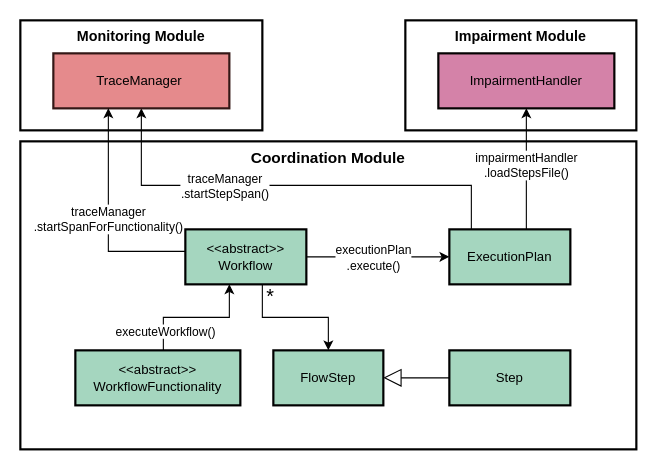
socialsoftware/microservices-simulator keeps this draw.io diagram as data/figs/architecture/layers/layers_coordination.drawio. Above is the earlier version. Source tidied: cells renumbered, new cells numbered last; positions are measured from the earlier drawing's top-left corner, leaving out a move shared by most shapes. Both pictures are drawn from the tidied source at 110%, with x=0, y=0 at pixel (20, 20).
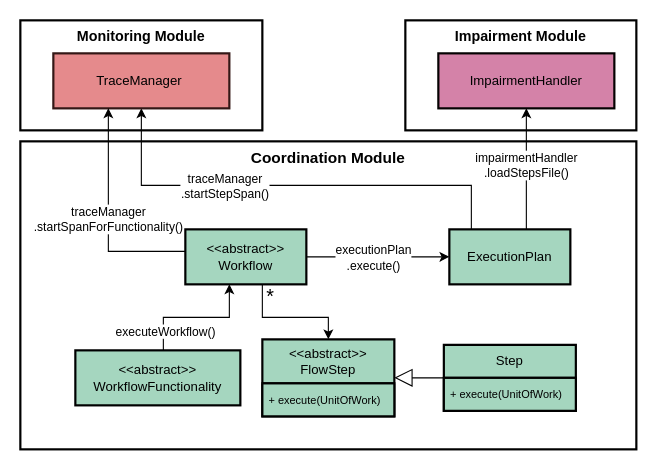
The same diagram, later.

Unchanged cells that the change refers to:
```xml
<mxCell id="8" value="&lt;&lt;abstract&gt;&gt;&#10;Workflow" style="whiteSpace=wrap;strokeWidth=2;fillColor=#A5D6BF;strokeColor=#000000;" parent="1" vertex="1">
  <mxGeometry x="150" y="190" width="110" height="50" as="geometry" />
</mxCell>
```

Diff of the diagram source:
```diff
@@
-    <mxCell id="4" value="FlowStep" style="whiteSpace=wrap;strokeWidth=2;fillColor=#A5D6BF;strokeColor=#000000;" parent="1" vertex="1">
-      <mxGeometry x="230" y="300" width="100" height="50" as="geometry" />
-    </mxCell>
@@
-    <mxCell id="11" style="startArrow=none;endArrow=classic;entryX=0.5;entryY=0;rounded=0;edgeStyle=orthogonalEdgeStyle;endFill=1;" parent="1" edge="1" source="8" target="4">
+    <mxCell id="11" style="startArrow=none;endArrow=classic;rounded=0;edgeStyle=orthogonalEdgeStyle;endFill=1;" parent="1" edge="1" source="8" target="26">
       <mxGeometry relative="1" as="geometry">
         <Array as="points">
           <mxPoint x="220" y="270" />
           <mxPoint x="280" y="270" />
         </Array>
       </mxGeometry>
     </mxCell>
@@
-    <mxCell id="21" value="Step" style="whiteSpace=wrap;strokeWidth=2;fillColor=#A5D6BF;strokeColor=#000000;" parent="1" vertex="1">
-      <mxGeometry x="390" y="300" width="110" height="50" as="geometry" />
-    </mxCell>
-    <mxCell id="22" style="edgeStyle=orthogonalEdgeStyle;rounded=0;jettySize=auto;html=1;endArrow=block;endFill=0;endSize=14;strokeWidth=1;" parent="1" edge="1" source="21" target="4">
+    <mxCell id="22" style="edgeStyle=orthogonalEdgeStyle;rounded=0;jettySize=auto;html=1;endArrow=block;endFill=0;endSize=14;strokeWidth=1;" parent="1" edge="1" source="21" target="26">
       <mxGeometry relative="1" as="geometry" />
     </mxCell>
@@
+    <mxCell id="21" value="Step" style="swimlane;fontStyle=0;horizontal=1;startSize=30;whiteSpace=wrap;html=1;strokeWidth=2;fillColor=#A5D6BF;" parent="1" vertex="1">
+      <mxGeometry x="385" y="295" width="120" height="60" as="geometry" />
+    </mxCell>
+    <mxCell id="25" value="&lt;font style=&quot;font-size: 10px;&quot;&gt;+&amp;nbsp;execute(UnitOfWork)&lt;/font&gt;" style="text;strokeColor=default;fillColor=#A5D6BF;align=left;verticalAlign=middle;spacingLeft=4;spacingRight=4;overflow=hidden;whiteSpace=wrap;html=1;strokeWidth=2;" parent="21" vertex="1">
+      <mxGeometry y="30" width="120" height="30" as="geometry" />
+    </mxCell>
+    <mxCell id="26" value="&amp;lt;&amp;lt;abstract&amp;gt;&amp;gt;&lt;div&gt;FlowStep&lt;/div&gt;" style="swimlane;fontStyle=0;horizontal=1;startSize=40;whiteSpace=wrap;html=1;strokeWidth=2;fillColor=#A5D6BF;" parent="1" vertex="1">
+      <mxGeometry x="220" y="290" width="120" height="70" as="geometry" />
+    </mxCell>
+    <mxCell id="27" value="&lt;font style=&quot;font-size: 10px;&quot;&gt;+&amp;nbsp;execute(UnitOfWork)&lt;/font&gt;" style="text;strokeColor=default;fillColor=#A5D6BF;align=left;verticalAlign=middle;spacingLeft=4;spacingRight=4;overflow=hidden;whiteSpace=wrap;html=1;strokeWidth=2;" parent="26" vertex="1">
+      <mxGeometry y="40" width="120" height="30" as="geometry" />
+    </mxCell>
```
